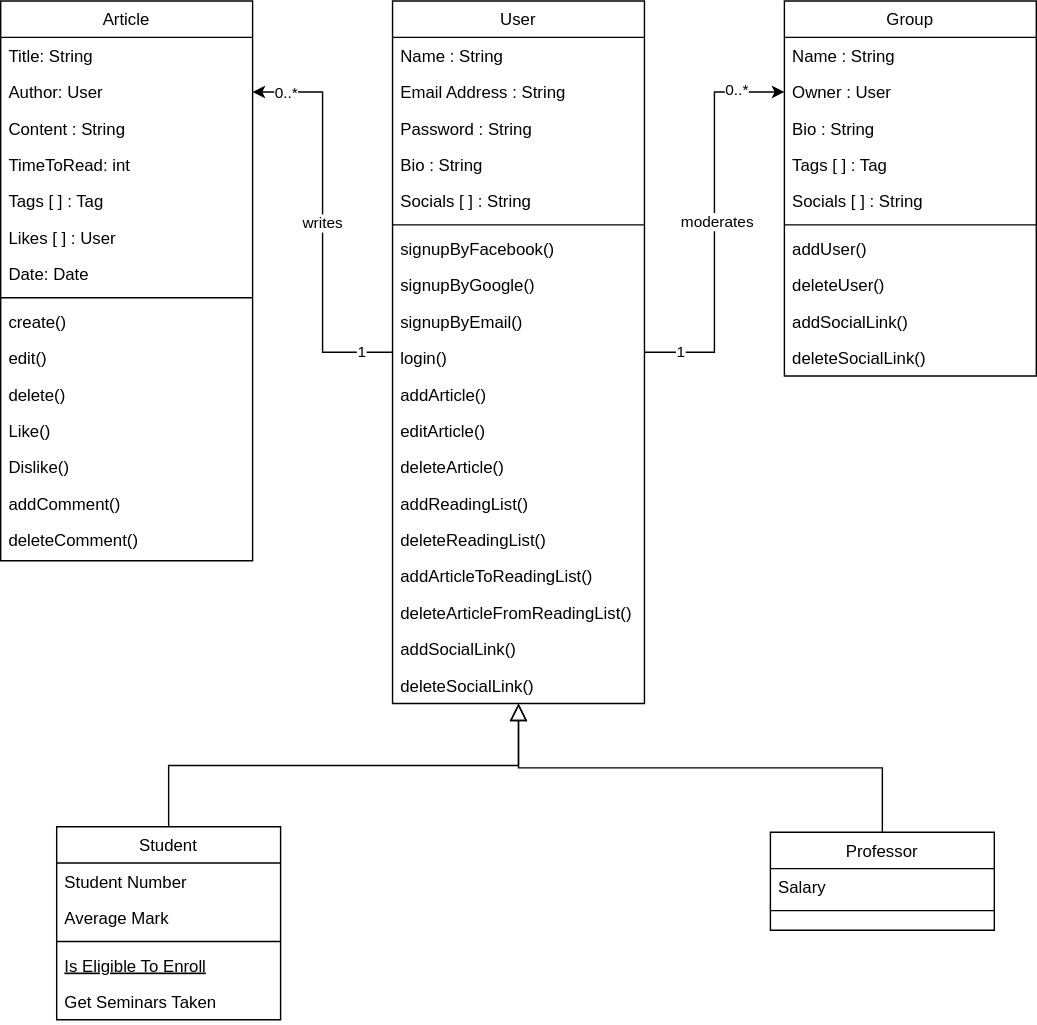
The draw.io diagram Class Diagram.svg in AhmadTripleA/MediumDotCom-Clone, before a commit. Source tidied: cells renumbered, new cells last; positions are measured from the earlier drawing's top-left corner, leaving out a move shared by most shapes.
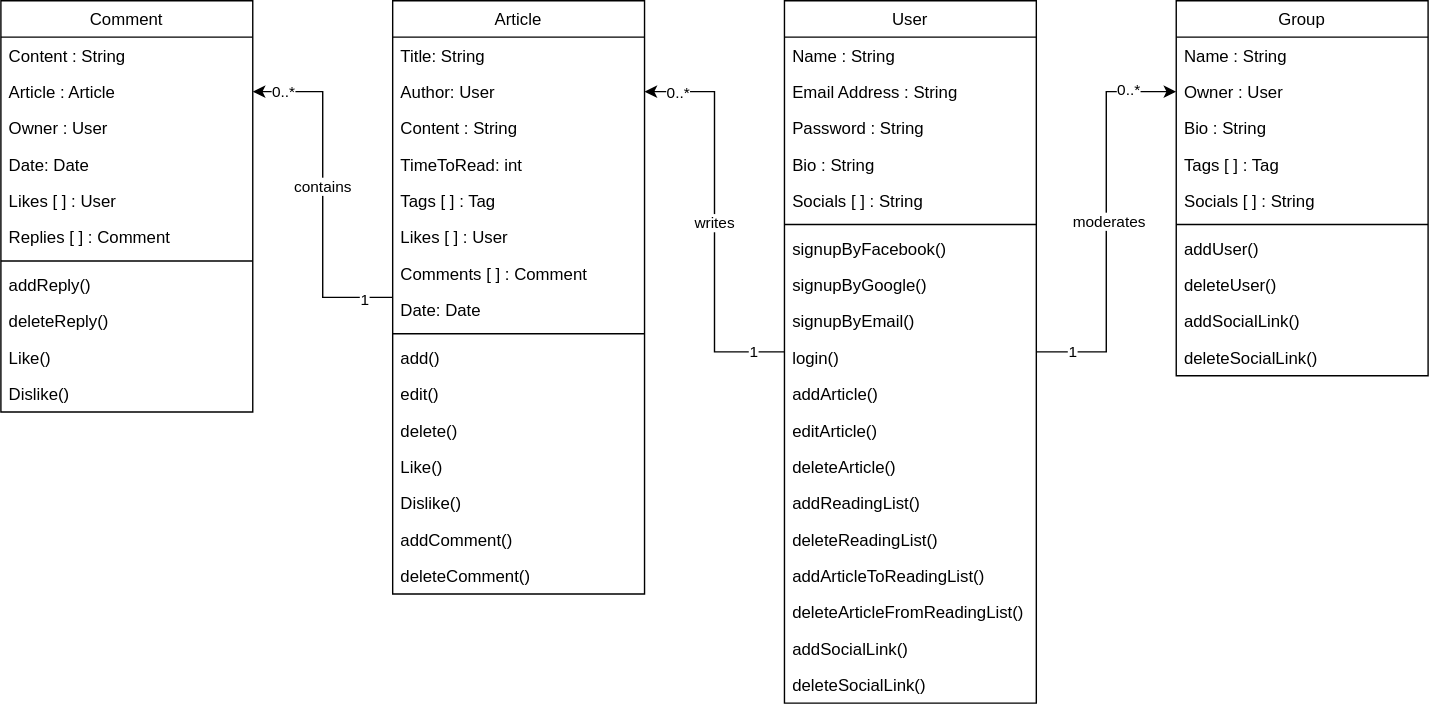
The same diagram one commit later.

Change to the diagram source:
```diff
@@ -94,39 +94,6 @@
     <mxCell id="29" value="deleteSocialLink()" style="text;align=left;verticalAlign=top;spacingLeft=4;spacingRight=4;overflow=hidden;" parent="10" vertex="1">
       <mxGeometry y="476" width="180" height="26" as="geometry" />
     </mxCell>
-    <mxCell id="30" value="Student" style="swimlane;fontStyle=0;align=center;verticalAlign=top;horizontal=1;startSize=26;rounded=0;shadow=0;strokeWidth=1;" parent="1" vertex="1">
-      <mxGeometry x="40" y="590" width="160" height="138" as="geometry" />
-    </mxCell>
-    <mxCell id="31" value="Student Number" style="text;align=left;verticalAlign=top;spacingLeft=4;spacingRight=4;overflow=hidden;" parent="30" vertex="1">
-      <mxGeometry y="26" width="160" height="26" as="geometry" />
-    </mxCell>
-    <mxCell id="32" value="Average Mark" style="text;align=left;verticalAlign=top;spacingLeft=4;spacingRight=4;overflow=hidden;rounded=0;shadow=0;html=0;" parent="30" vertex="1">
-      <mxGeometry y="52" width="160" height="26" as="geometry" />
-    </mxCell>
-    <mxCell id="33" style="line;html=1;strokeWidth=1;align=left;verticalAlign=middle;spacingTop=-1;spacingLeft=3;spacingRight=3;labelPosition=right;" parent="30" vertex="1">
-      <mxGeometry y="78" width="160" height="8" as="geometry" />
-    </mxCell>
-    <mxCell id="34" value="Is Eligible To Enroll" style="text;align=left;verticalAlign=top;spacingLeft=4;spacingRight=4;overflow=hidden;fontStyle=4;" parent="30" vertex="1">
-      <mxGeometry y="86" width="160" height="26" as="geometry" />
-    </mxCell>
-    <mxCell id="35" value="Get Seminars Taken" style="text;align=left;verticalAlign=top;spacingLeft=4;spacingRight=4;overflow=hidden;" parent="30" vertex="1">
-      <mxGeometry y="112" width="160" height="26" as="geometry" />
-    </mxCell>
-    <mxCell id="36" style="endArrow=block;endSize=10;endFill=0;shadow=0;strokeWidth=1;rounded=0;edgeStyle=elbowEdgeStyle;elbow=vertical;" parent="1" edge="1" source="30" target="10">
-      <mxGeometry relative="1" as="geometry" />
-    </mxCell>
-    <mxCell id="37" value="Professor" style="swimlane;fontStyle=0;align=center;verticalAlign=top;horizontal=1;startSize=26;rounded=0;shadow=0;strokeWidth=1;" parent="1" vertex="1">
-      <mxGeometry x="550" y="594" width="160" height="70" as="geometry" />
-    </mxCell>
-    <mxCell id="38" value="Salary" style="text;align=left;verticalAlign=top;spacingLeft=4;spacingRight=4;overflow=hidden;" parent="37" vertex="1">
-      <mxGeometry y="26" width="160" height="26" as="geometry" />
-    </mxCell>
-    <mxCell id="39" style="line;html=1;strokeWidth=1;align=left;verticalAlign=middle;spacingTop=-1;spacingLeft=3;spacingRight=3;labelPosition=right;" parent="37" vertex="1">
-      <mxGeometry y="52" width="160" height="8" as="geometry" />
-    </mxCell>
-    <mxCell id="40" style="endArrow=block;endSize=10;endFill=0;shadow=0;strokeWidth=1;rounded=0;edgeStyle=elbowEdgeStyle;elbow=vertical;" parent="1" edge="1" source="37" target="10">
-      <mxGeometry relative="1" as="geometry" />
-    </mxCell>
     <mxCell id="41" value="Group" style="swimlane;fontStyle=0;align=center;verticalAlign=top;horizontal=1;startSize=26;rounded=0;shadow=0;strokeWidth=1;" parent="1" vertex="1">
       <mxGeometry x="560" width="180" height="268" as="geometry" />
     </mxCell>
@@ -160,8 +127,22 @@
     <mxCell id="51" value="deleteSocialLink()" style="text;align=left;verticalAlign=top;spacingLeft=4;spacingRight=4;overflow=hidden;" parent="41" vertex="1">
       <mxGeometry y="242" width="180" height="26" as="geometry" />
     </mxCell>
+    <mxCell id="68" style="edgeStyle=orthogonalEdgeStyle;rounded=0;jettySize=auto;html=1;" parent="1" edge="1" source="52" target="75">
+      <mxGeometry relative="1" as="geometry" />
+    </mxCell>
+    <mxCell id="69" value="contains" style="edgeLabel;html=1;align=center;verticalAlign=middle;" parent="68" vertex="1">
+      <mxGeometry x="0.05" relative="1" as="geometry" />
+    </mxCell>
+    <mxCell id="70" value="1" style="edgeLabel;html=1;align=center;verticalAlign=middle;" parent="68" vertex="1">
+      <mxGeometry x="-0.88" y="2" relative="1" as="geometry">
+        <mxPoint x="-5" as="offset" />
+      </mxGeometry>
+    </mxCell>
+    <mxCell id="71" value="0..*" style="edgeLabel;html=1;align=center;verticalAlign=middle;" parent="68" vertex="1">
+      <mxGeometry x="0.82" relative="1" as="geometry" />
+    </mxCell>
     <mxCell id="52" value="Article" style="swimlane;fontStyle=0;align=center;verticalAlign=top;horizontal=1;startSize=26;rounded=0;shadow=0;strokeWidth=1;" parent="1" vertex="1">
-      <mxGeometry width="180" height="400" as="geometry" />
+      <mxGeometry width="180" height="424" as="geometry" />
     </mxCell>
     <mxCell id="53" value="Title: String" style="text;align=left;verticalAlign=top;spacingLeft=4;spacingRight=4;overflow=hidden;" parent="52" vertex="1">
       <mxGeometry y="26" width="180" height="26" as="geometry" />
@@ -181,32 +162,71 @@
     <mxCell id="58" value="Likes [ ] : User" style="text;align=left;verticalAlign=top;spacingLeft=4;spacingRight=4;overflow=hidden;rounded=0;shadow=0;html=0;" parent="52" vertex="1">
       <mxGeometry y="156" width="180" height="26" as="geometry" />
     </mxCell>
+    <mxCell id="72" value="Comments [ ] : Comment" style="text;align=left;verticalAlign=top;spacingLeft=4;spacingRight=4;overflow=hidden;rounded=0;shadow=0;html=0;" parent="52" vertex="1">
+      <mxGeometry y="182" width="180" height="26" as="geometry" />
+    </mxCell>
     <mxCell id="59" value="Date: Date" style="text;align=left;verticalAlign=top;spacingLeft=4;spacingRight=4;overflow=hidden;rounded=0;shadow=0;html=0;" parent="52" vertex="1">
-      <mxGeometry y="182" width="180" height="26" as="geometry" />
+      <mxGeometry y="208" width="180" height="26" as="geometry" />
     </mxCell>
     <mxCell id="60" style="line;html=1;strokeWidth=1;align=left;verticalAlign=middle;spacingTop=-1;spacingLeft=3;spacingRight=3;labelPosition=right;" parent="52" vertex="1">
-      <mxGeometry y="208" width="180" height="8" as="geometry" />
+      <mxGeometry y="234" width="180" height="8" as="geometry" />
     </mxCell>
-    <mxCell id="61" value="create()" style="text;align=left;verticalAlign=top;spacingLeft=4;spacingRight=4;overflow=hidden;" parent="52" vertex="1">
-      <mxGeometry y="216" width="180" height="26" as="geometry" />
+    <mxCell id="61" value="add()" style="text;align=left;verticalAlign=top;spacingLeft=4;spacingRight=4;overflow=hidden;" parent="52" vertex="1">
+      <mxGeometry y="242" width="180" height="26" as="geometry" />
     </mxCell>
     <mxCell id="62" value="edit()" style="text;align=left;verticalAlign=top;spacingLeft=4;spacingRight=4;overflow=hidden;" parent="52" vertex="1">
-      <mxGeometry y="242" width="180" height="26" as="geometry" />
+      <mxGeometry y="268" width="180" height="26" as="geometry" />
     </mxCell>
     <mxCell id="63" value="delete()" style="text;align=left;verticalAlign=top;spacingLeft=4;spacingRight=4;overflow=hidden;" parent="52" vertex="1">
-      <mxGeometry y="268" width="180" height="26" as="geometry" />
+      <mxGeometry y="294" width="180" height="26" as="geometry" />
     </mxCell>
     <mxCell id="64" value="Like()" style="text;align=left;verticalAlign=top;spacingLeft=4;spacingRight=4;overflow=hidden;" parent="52" vertex="1">
-      <mxGeometry y="294" width="180" height="26" as="geometry" />
+      <mxGeometry y="320" width="180" height="26" as="geometry" />
     </mxCell>
     <mxCell id="65" value="Dislike()" style="text;align=left;verticalAlign=top;spacingLeft=4;spacingRight=4;overflow=hidden;" parent="52" vertex="1">
-      <mxGeometry y="320" width="180" height="26" as="geometry" />
+      <mxGeometry y="346" width="180" height="26" as="geometry" />
     </mxCell>
     <mxCell id="66" value="addComment()" style="text;align=left;verticalAlign=top;spacingLeft=4;spacingRight=4;overflow=hidden;" parent="52" vertex="1">
-      <mxGeometry y="346" width="180" height="26" as="geometry" />
+      <mxGeometry y="372" width="180" height="26" as="geometry" />
     </mxCell>
     <mxCell id="67" value="deleteComment()" style="text;align=left;verticalAlign=top;spacingLeft=4;spacingRight=4;overflow=hidden;" parent="52" vertex="1">
-      <mxGeometry y="372" width="180" height="26" as="geometry" />
+      <mxGeometry y="398" width="180" height="26" as="geometry" />
     </mxCell>
+    <mxCell id="73" value="Comment" style="swimlane;fontStyle=0;align=center;verticalAlign=top;horizontal=1;startSize=26;rounded=0;shadow=0;strokeWidth=1;" parent="1" vertex="1">
+      <mxGeometry x="-280" width="180" height="294" as="geometry" />
+    </mxCell>
+    <mxCell id="74" value="Content : String" style="text;align=left;verticalAlign=top;spacingLeft=4;spacingRight=4;overflow=hidden;" parent="73" vertex="1">
+      <mxGeometry y="26" width="180" height="26" as="geometry" />
+    </mxCell>
+    <mxCell id="75" value="Article : Article" style="text;align=left;verticalAlign=top;spacingLeft=4;spacingRight=4;overflow=hidden;points=[[0,0.5],[1,0.5]];portConstraint=eastwest;rounded=0;shadow=0;html=0;" parent="73" vertex="1">
+      <mxGeometry y="52" width="180" height="26" as="geometry" />
+    </mxCell>
+    <mxCell id="76" value="Owner : User" style="text;align=left;verticalAlign=top;spacingLeft=4;spacingRight=4;overflow=hidden;rounded=0;shadow=0;html=0;" parent="73" vertex="1">
+      <mxGeometry y="78" width="180" height="26" as="geometry" />
+    </mxCell>
+    <mxCell id="77" value="Date: Date" style="text;align=left;verticalAlign=top;spacingLeft=4;spacingRight=4;overflow=hidden;rounded=0;shadow=0;html=0;" parent="73" vertex="1">
+      <mxGeometry y="104" width="180" height="26" as="geometry" />
+    </mxCell>
+    <mxCell id="78" value="Likes [ ] : User" style="text;align=left;verticalAlign=top;spacingLeft=4;spacingRight=4;overflow=hidden;rounded=0;shadow=0;html=0;" parent="73" vertex="1">
+      <mxGeometry y="130" width="180" height="26" as="geometry" />
+    </mxCell>
+    <mxCell id="79" value="Replies [ ] : Comment" style="text;align=left;verticalAlign=top;spacingLeft=4;spacingRight=4;overflow=hidden;rounded=0;shadow=0;html=0;" parent="73" vertex="1">
+      <mxGeometry y="156" width="180" height="26" as="geometry" />
+    </mxCell>
+    <mxCell id="80" style="line;html=1;strokeWidth=1;align=left;verticalAlign=middle;spacingTop=-1;spacingLeft=3;spacingRight=3;labelPosition=right;" parent="73" vertex="1">
+      <mxGeometry y="182" width="180" height="8" as="geometry" />
+    </mxCell>
+    <mxCell id="81" value="addReply()" style="text;align=left;verticalAlign=top;spacingLeft=4;spacingRight=4;overflow=hidden;" parent="73" vertex="1">
+      <mxGeometry y="190" width="180" height="26" as="geometry" />
+    </mxCell>
+    <mxCell id="82" value="deleteReply()" style="text;align=left;verticalAlign=top;spacingLeft=4;spacingRight=4;overflow=hidden;" parent="73" vertex="1">
+      <mxGeometry y="216" width="180" height="26" as="geometry" />
+    </mxCell>
+    <mxCell id="83" value="Like()" style="text;align=left;verticalAlign=top;spacingLeft=4;spacingRight=4;overflow=hidden;" parent="73" vertex="1">
+      <mxGeometry y="242" width="180" height="26" as="geometry" />
+    </mxCell>
+    <mxCell id="84" value="Dislike()" style="text;align=left;verticalAlign=top;spacingLeft=4;spacingRight=4;overflow=hidden;" parent="73" vertex="1">
+      <mxGeometry y="268" width="180" height="26" as="geometry" />
+    </mxCell>
   </root>
 </mxGraphModel>
```
